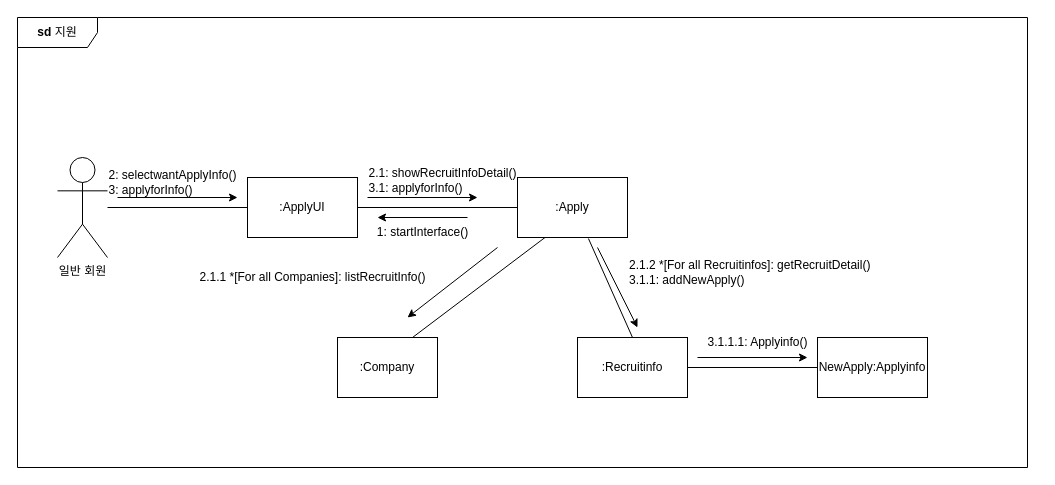
The draw.io diagram Taemin/지원_Communication_Diagram_B811045김태민_과제2.drawio in KimTaemin-Git/SE2, before the edit. Source tidied: cells renumbered, new cells numbered last; positions are measured from the earlier drawing's top-left corner, leaving out a move shared by most shapes. Both pictures are drawn from the tidied source at 100%, with x=0, y=0 at pixel (17, 17).
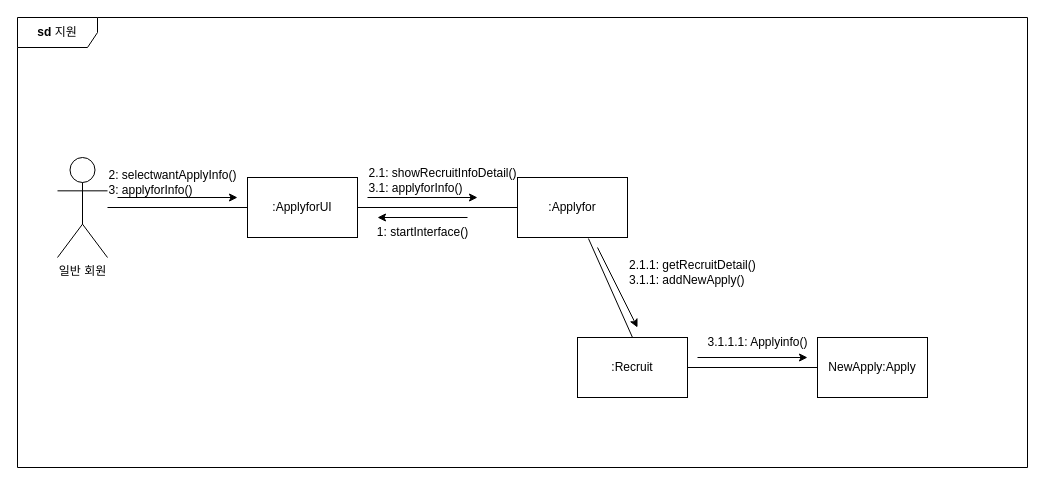
After the change.

Commit message:
지원_Communication_Diagram_B811045김태민_과제2.drawio 업데이트

The change refers to these unchanged cells:
```xml
<mxCell id="2" style="group;" parent="1" vertex="1">
  <mxGeometry x="40" y="130" width="980" height="250" as="geometry" />
</mxCell>
```

Change to the diagram source:
```diff
@@
-    <mxCell id="4" value=":Apply" style="rounded=0;whiteSpace=wrap;html=1;" parent="2" vertex="1">
+    <mxCell id="4" value=":Applyfor" style="rounded=0;whiteSpace=wrap;html=1;" parent="2" vertex="1">
       <mxGeometry x="460" y="30" width="110" height="60" as="geometry" />
     </mxCell>
-    <mxCell id="5" value=":ApplyUI" style="rounded=0;whiteSpace=wrap;html=1;" parent="2" vertex="1">
+    <mxCell id="5" value=":ApplyforUI" style="rounded=0;whiteSpace=wrap;html=1;" parent="2" vertex="1">
       <mxGeometry x="190" y="30" width="110" height="60" as="geometry" />
     </mxCell>
-    <mxCell id="6" value=":Company" style="rounded=0;whiteSpace=wrap;html=1;" parent="2" vertex="1">
-      <mxGeometry x="280" y="190" width="100" height="60" as="geometry" />
-    </mxCell>
-    <mxCell id="7" value=":Recruitinfo" style="rounded=0;whiteSpace=wrap;html=1;" parent="2" vertex="1">
+    <mxCell id="7" value=":Recruit" style="rounded=0;whiteSpace=wrap;html=1;" parent="2" vertex="1">
       <mxGeometry x="520" y="190" width="110" height="60" as="geometry" />
     </mxCell>
-    <mxCell id="8" style="endArrow=none;html=1;rounded=0;entryX=0.25;entryY=1;entryDx=0;entryDy=0;exitX=0.75;exitY=0;exitDx=0;exitDy=0;" parent="2" edge="1" source="6" target="4">
-      <mxGeometry relative="1" as="geometry" />
-    </mxCell>
@@
-    <mxCell id="10" style="endArrow=classic;html=1;rounded=0;" parent="2" edge="1">
-      <mxGeometry relative="1" as="geometry">
-        <mxPoint x="440" y="100" as="sourcePoint" />
-        <mxPoint x="350" y="170" as="targetPoint" />
-      </mxGeometry>
-    </mxCell>
@@
-    <mxCell id="17" value="2.1.2 *[For all Recruitinfos]: getRecruitDetail()&lt;br&gt;3.1.1: addNewApply()" style="text;html=1;align=left;verticalAlign=middle;strokeColor=none;fillColor=none;" parent="2" vertex="1">
-      <mxGeometry x="570" y="105" width="260" height="40" as="geometry" />
+    <mxCell id="17" value="2.1.1: getRecruitDetail()&lt;br&gt;3.1.1: addNewApply()" style="text;html=1;align=left;verticalAlign=middle;strokeColor=none;fillColor=none;" parent="2" vertex="1">
+      <mxGeometry x="570" y="105" width="150" height="40" as="geometry" />
     </mxCell>
-    <mxCell id="18" value="2.1.1 *[For all Companies]: listRecruitInfo()" style="text;html=1;align=center;verticalAlign=middle;strokeColor=none;fillColor=none;" parent="2" vertex="1">
-      <mxGeometry x="130" y="115" width="250" height="30" as="geometry" />
-    </mxCell>
-    <mxCell id="19" value="NewApply:Applyinfo" style="rounded=0;whiteSpace=wrap;html=1;" parent="2" vertex="1">
+    <mxCell id="19" value="NewApply:Apply" style="rounded=0;whiteSpace=wrap;html=1;" parent="2" vertex="1">
       <mxGeometry x="760" y="190" width="110" height="60" as="geometry" />
     </mxCell>
```
